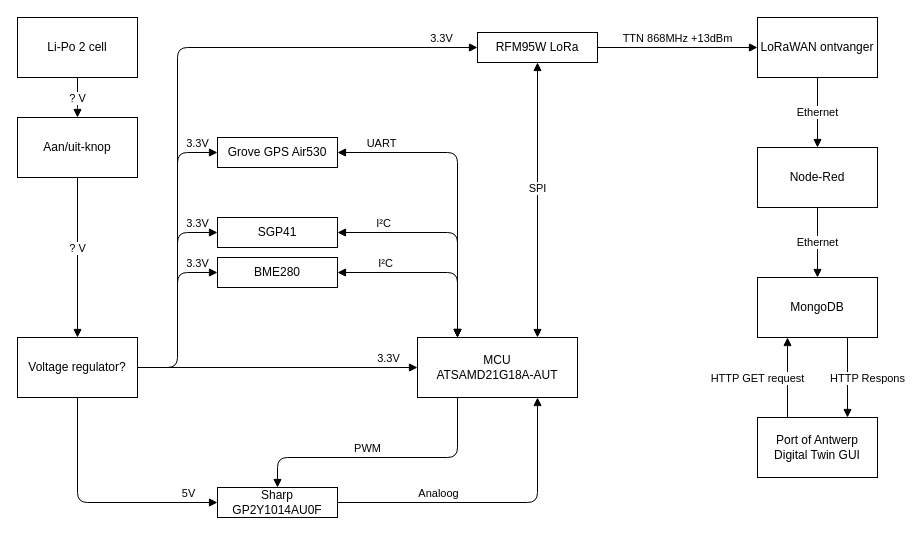
The draw.io diagram Pictures/BlockDiagrams/To-Be_BlockDiagram.drawio in AP-Project-Analysis-2IT-IOT-1TVT-IOT/bavo-birk-docs-luchtsensor, before the edit. Source tidied: cells renumbered, new cells numbered last; positions are measured from the earlier drawing's top-left corner, leaving out a move shared by most shapes. Both pictures are drawn from the tidied source at 100%, with x=0, y=0 at pixel (17, 17).
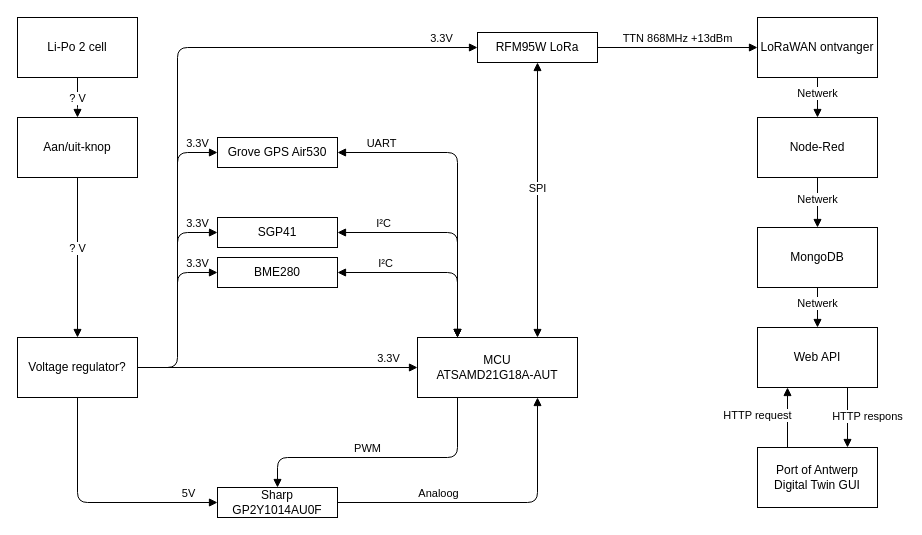
The same diagram, later.

The change refers to these unchanged cells:
```xml
<mxCell id="16" value="LoRaWAN ontvanger" style="rounded=0;whiteSpace=wrap;html=1;" parent="1" vertex="1">
  <mxGeometry x="740" width="120" height="60" as="geometry" />
</mxCell>
```

What changed in the source:
```diff
@@
     <mxCell id="17" value="MongoDB" style="rounded=0;whiteSpace=wrap;html=1;" parent="1" vertex="1">
-      <mxGeometry x="740" y="260" width="120" height="60" as="geometry" />
+      <mxGeometry x="740" y="210" width="120" height="60" as="geometry" />
     </mxCell>
     <mxCell id="18" value="Port of Antwerp&lt;br&gt;Digital Twin GUI" style="rounded=0;whiteSpace=wrap;html=1;" parent="1" vertex="1">
-      <mxGeometry x="740" y="400" width="120" height="60" as="geometry" />
+      <mxGeometry x="740" y="430" width="120" height="60" as="geometry" />
     </mxCell>
-    <mxCell id="19" value="HTTP GET request" style="html=1;verticalAlign=bottom;endArrow=block;exitX=0.25;exitY=0;exitDx=0;exitDy=0;entryX=0.25;entryY=1;entryDx=0;entryDy=0;" parent="1" edge="1" target="17">
-      <mxGeometry x="-0.25" y="30" relative="1" as="geometry">
-        <mxPoint x="770" y="400" as="sourcePoint" />
-      </mxGeometry>
+    <mxCell id="19" value="HTTP request" style="html=1;verticalAlign=bottom;endArrow=block;exitX=0.25;exitY=0;exitDx=0;exitDy=0;entryX=0.25;entryY=1;entryDx=0;entryDy=0;" parent="1" edge="1" source="18" target="34">
+      <mxGeometry x="-0.25" y="30" relative="1" as="geometry" />
     </mxCell>
-    <mxCell id="20" value="HTTP Respons" style="html=1;verticalAlign=bottom;endArrow=block;exitX=0.75;exitY=1;exitDx=0;exitDy=0;entryX=0.75;entryY=0;entryDx=0;entryDy=0;" parent="1" edge="1" source="17" target="18">
+    <mxCell id="20" value="HTTP respons" style="html=1;verticalAlign=bottom;endArrow=block;exitX=0.75;exitY=1;exitDx=0;exitDy=0;entryX=0.75;entryY=0;entryDx=0;entryDy=0;" parent="1" edge="1" source="34" target="18">
       <mxGeometry x="0.25" y="20" relative="1" as="geometry" />
     </mxCell>
-    <mxCell id="21" value="Ethernet" style="html=1;verticalAlign=bottom;endArrow=block;exitX=0.5;exitY=1;exitDx=0;exitDy=0;entryX=0.5;entryY=0;entryDx=0;entryDy=0;" parent="1" edge="1" source="16" target="30">
+    <mxCell id="21" value="Netwerk" style="html=1;verticalAlign=bottom;endArrow=block;exitX=0.5;exitY=1;exitDx=0;exitDy=0;entryX=0.5;entryY=0;entryDx=0;entryDy=0;" parent="1" edge="1" source="16" target="30">
       <mxGeometry x="0.25" relative="1" as="geometry" />
     </mxCell>
@@
     <mxCell id="30" value="Node-Red" style="rounded=0;whiteSpace=wrap;html=1;" parent="1" vertex="1">
-      <mxGeometry x="740" y="130" width="120" height="60" as="geometry" />
+      <mxGeometry x="740" y="100" width="120" height="60" as="geometry" />
     </mxCell>
-    <mxCell id="31" value="Ethernet" style="html=1;verticalAlign=bottom;endArrow=block;exitX=0.5;exitY=1;exitDx=0;exitDy=0;" parent="1" edge="1" source="30" target="17">
+    <mxCell id="31" value="Netwerk" style="html=1;verticalAlign=bottom;endArrow=block;exitX=0.5;exitY=1;exitDx=0;exitDy=0;" parent="1" edge="1" source="30" target="17">
       <mxGeometry x="0.25" relative="1" as="geometry" />
     </mxCell>
@@
+    <mxCell id="34" value="Web API" style="rounded=0;whiteSpace=wrap;html=1;" parent="1" vertex="1">
+      <mxGeometry x="740" y="310" width="120" height="60" as="geometry" />
+    </mxCell>
+    <mxCell id="35" value="Netwerk" style="html=1;verticalAlign=bottom;endArrow=block;exitX=0.5;exitY=1;exitDx=0;exitDy=0;entryX=0.5;entryY=0;entryDx=0;entryDy=0;" parent="1" edge="1" source="17" target="34">
+      <mxGeometry x="0.25" relative="1" as="geometry" />
+    </mxCell>
```
